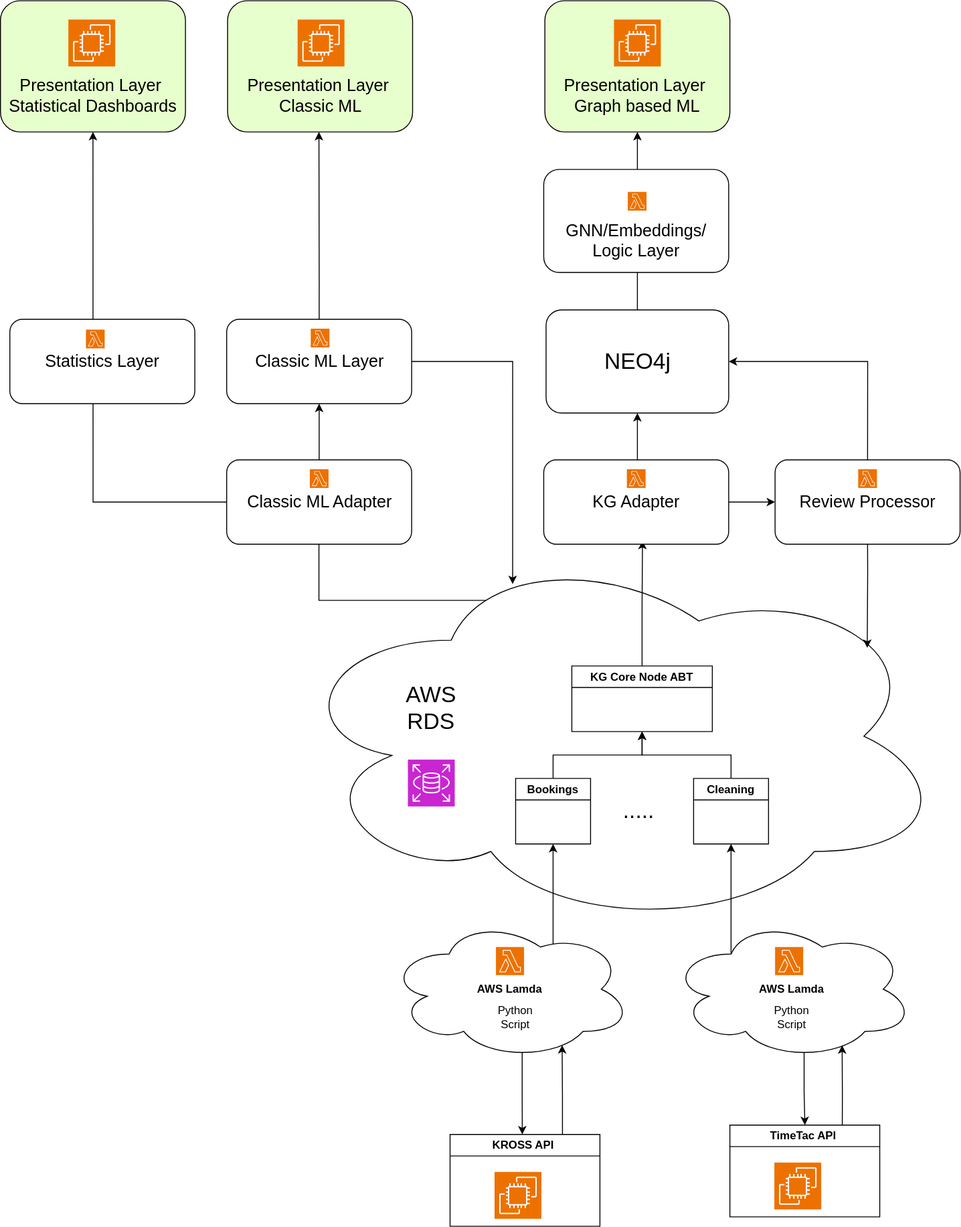
This is drawings/Application_Architecture.svg from dominik-pichler/Review_me_if_you_can, a draw.io export, as it was before one commit. Source tidied: cells renumbered, new cells last; positions are measured from the earlier drawing's top-left corner, leaving out a move shared by most shapes.
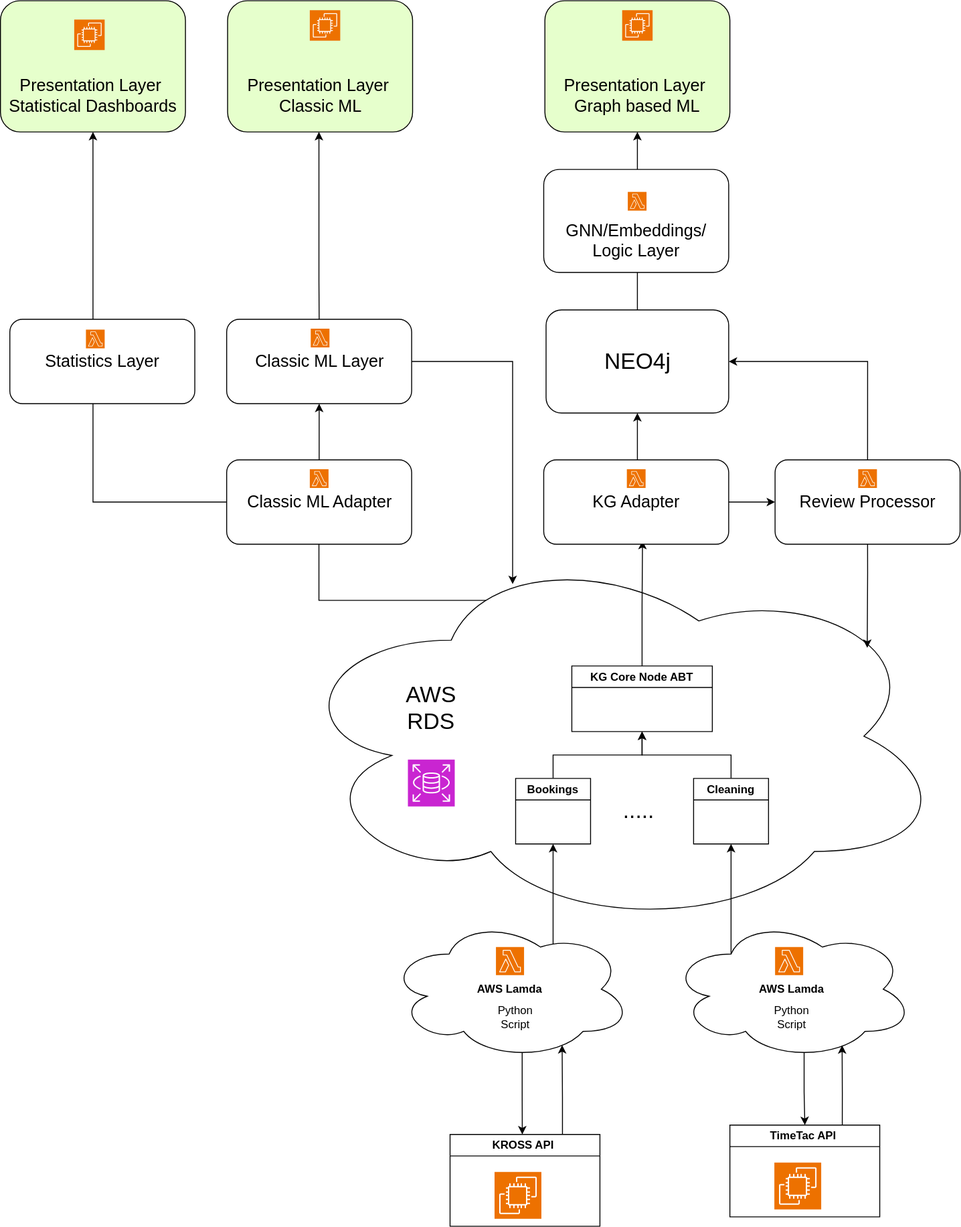
After the commit.

What changed in the source:
```diff
@@ -155,11 +155,8 @@
       <mxGeometry x="582.5" y="330" width="195" height="110" as="geometry" />
     </mxCell>
     <mxCell id="44" style="sketch=0;fontColor=#232F3E;fillColor=#ED7100;strokeColor=#ffffff;dashed=0;verticalLabelPosition=bottom;verticalAlign=top;align=center;html=1;fontSize=12;fontStyle=0;shape=mxgraph.aws4.resourceIcon;resIcon=mxgraph.aws4.ec2;" parent="1" vertex="1">
-      <mxGeometry x="72.5" y="20" width="50" height="50" as="geometry" />
+      <mxGeometry x="78.8" y="20" width="32.5" height="32.5" as="geometry" />
     </mxCell>
-    <mxCell id="45" style="sketch=0;fontColor=#232F3E;fillColor=#ED7100;strokeColor=#ffffff;dashed=0;verticalLabelPosition=bottom;verticalAlign=top;align=center;html=1;fontSize=12;fontStyle=0;shape=mxgraph.aws4.resourceIcon;resIcon=mxgraph.aws4.ec2;" parent="1" vertex="1">
-      <mxGeometry x="317.2" y="20" width="50" height="50" as="geometry" />
-    </mxCell>
     <mxCell id="46" style="sketch=0;fontColor=#232F3E;fillColor=#ED7100;strokeColor=#ffffff;dashed=0;verticalLabelPosition=bottom;verticalAlign=top;align=center;html=1;fontSize=12;fontStyle=0;shape=mxgraph.aws4.resourceIcon;resIcon=mxgraph.aws4.lambda;" parent="1" vertex="1">
       <mxGeometry x="330.2" y="500" width="20" height="20" as="geometry" />
     </mxCell>
@@ -178,9 +175,9 @@
     <mxCell id="51" value="&lt;font style=&quot;font-size: 18px;&quot;&gt;&lt;br&gt;&lt;br&gt;&lt;br&gt;Presentation Layer&amp;nbsp;&lt;/font&gt;&lt;div&gt;&lt;font style=&quot;font-size: 18px;&quot;&gt;Graph based ML&lt;/font&gt;&lt;/div&gt;" style="rounded=1;whiteSpace=wrap;html=1;fillColor=#E6FFCC;" parent="50" vertex="1">
       <mxGeometry width="197.5" height="140" as="geometry" />
     </mxCell>
-    <mxCell id="52" style="sketch=0;fontColor=#232F3E;fillColor=#ED7100;strokeColor=#ffffff;dashed=0;verticalLabelPosition=bottom;verticalAlign=top;align=center;html=1;fontSize=12;fontStyle=0;shape=mxgraph.aws4.resourceIcon;resIcon=mxgraph.aws4.ec2;" parent="50" vertex="1">
-      <mxGeometry x="73.8" y="20" width="50" height="50" as="geometry" />
-    </mxCell>
+    <mxCell id="61" style="sketch=0;fontColor=#232F3E;fillColor=#ED7100;strokeColor=#ffffff;dashed=0;verticalLabelPosition=bottom;verticalAlign=top;align=center;html=1;fontSize=12;fontStyle=0;shape=mxgraph.aws4.resourceIcon;resIcon=mxgraph.aws4.ec2;" parent="50" vertex="1">
+      <mxGeometry x="82.5" y="10" width="32.5" height="32.5" as="geometry" />
+    </mxCell>
     <mxCell id="53" value="&lt;div&gt;&lt;font style=&quot;font-size: 18px;&quot;&gt;&lt;br&gt;&lt;/font&gt;&lt;/div&gt;&lt;font style=&quot;font-size: 18px;&quot;&gt;&lt;div&gt;&lt;font style=&quot;font-size: 18px;&quot;&gt;&lt;br&gt;&lt;/font&gt;&lt;/div&gt;GNN/Embeddings/&lt;/font&gt;&lt;div&gt;&lt;font style=&quot;font-size: 18px;&quot;&gt;Logic&amp;nbsp;Layer&lt;/font&gt;&lt;/div&gt;" style="rounded=1;whiteSpace=wrap;html=1;" parent="1" vertex="1">
       <mxGeometry x="580" y="180" width="197.5" height="110" as="geometry" />
     </mxCell>
@@ -205,5 +202,8 @@
     <mxCell id="60" style="edgeStyle=orthogonalEdgeStyle;rounded=0;jettySize=auto;html=1;exitX=0.75;exitY=0;exitDx=0;exitDy=0;entryX=0.706;entryY=0.899;entryDx=0;entryDy=0;entryPerimeter=0;" parent="1" edge="1" source="27" target="24">
       <mxGeometry relative="1" as="geometry" />
     </mxCell>
+    <mxCell id="62" style="sketch=0;fontColor=#232F3E;fillColor=#ED7100;strokeColor=#ffffff;dashed=0;verticalLabelPosition=bottom;verticalAlign=top;align=center;html=1;fontSize=12;fontStyle=0;shape=mxgraph.aws4.resourceIcon;resIcon=mxgraph.aws4.ec2;" parent="1" vertex="1">
+      <mxGeometry x="330.2" y="10" width="32.5" height="32.5" as="geometry" />
+    </mxCell>
   </root>
 </mxGraphModel>
```
